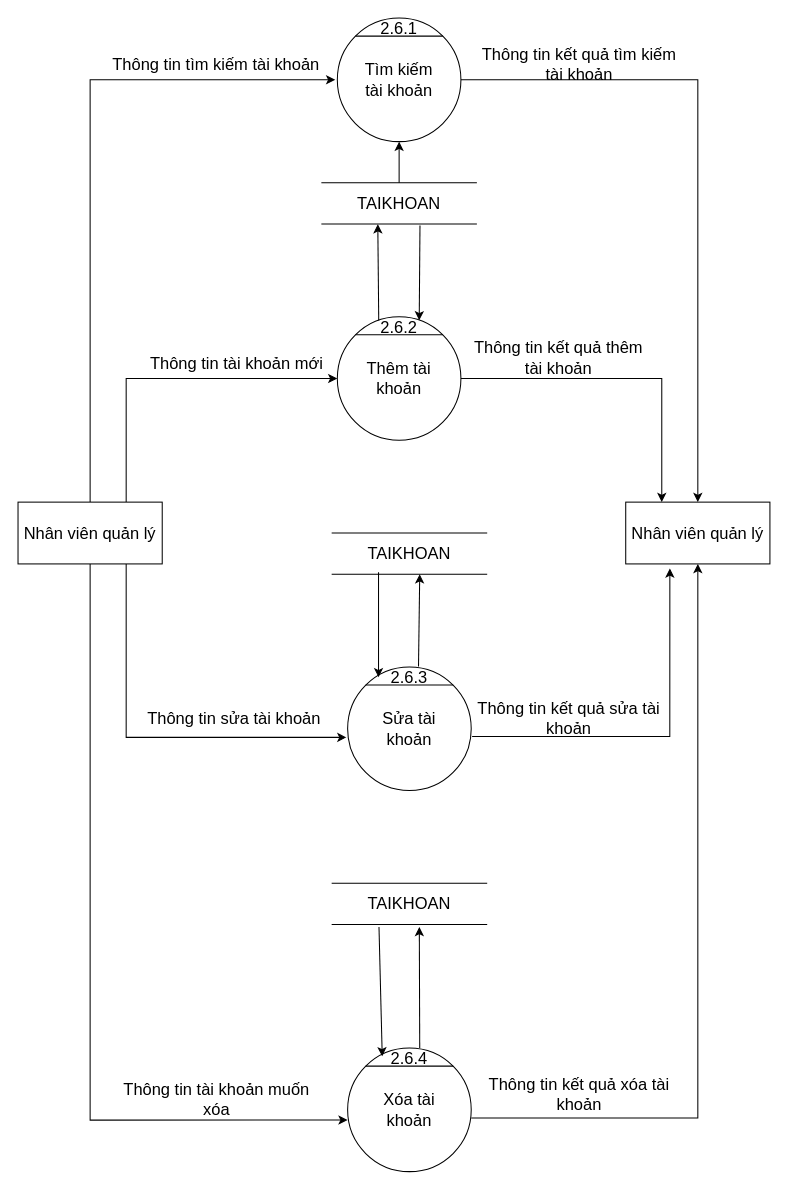
hungtadasuke/CoffeShop_SoftwareTechnology keeps this draw.io diagram as BFD&DFD/DFD_2_Account.drawio. Above is the earlier version. Source tidied: cells renumbered, new cells numbered last; positions are measured from the earlier drawing's top-left corner, leaving out a move shared by most shapes. Both pictures are drawn from the tidied source at 103%, with x=0, y=0 at pixel (18, 18).
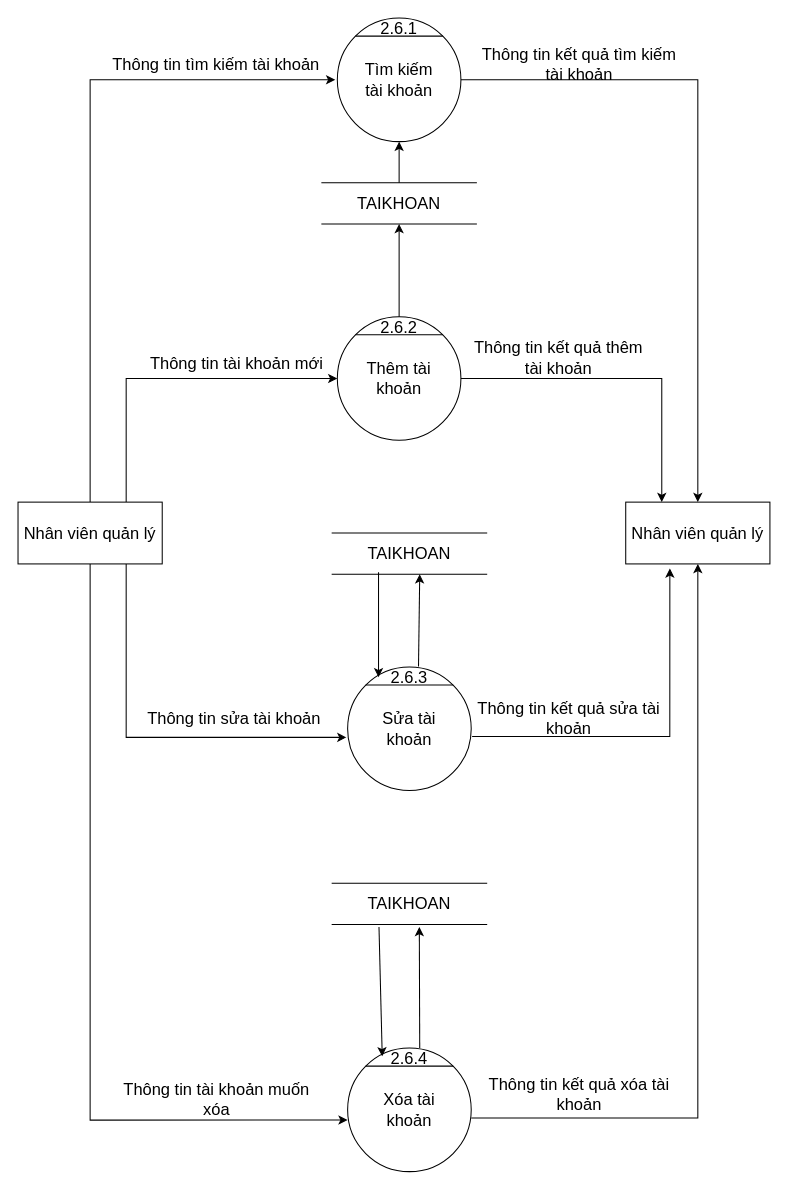
The same diagram, later.

Unchanged cells that the change refers to:
```xml
<mxCell id="14" value="&lt;font style=&quot;font-size: 16px&quot;&gt;2.6.2&lt;/font&gt;" style="text;html=1;strokeColor=none;fillColor=none;align=center;verticalAlign=middle;whiteSpace=wrap;rounded=0;" parent="1" vertex="1">
  <mxGeometry x="350" y="290" width="40" height="20" as="geometry" />
</mxCell>
<mxCell id="20" value="TAIKHOAN" style="shape=partialRectangle;whiteSpace=wrap;html=1;left=0;right=0;fillColor=none;fontSize=16;" parent="1" vertex="1">
  <mxGeometry x="295" y="160" width="150" height="40" as="geometry" />
</mxCell>
```

The edit, as a diff of the source:
```diff
@@
-    <mxCell id="25" style="endArrow=classic;html=1;rounded=0;fontSize=16;exitX=0.005;exitY=0.185;exitDx=0;exitDy=0;exitPerimeter=0;entryX=0.362;entryY=1.004;entryDx=0;entryDy=0;entryPerimeter=0;" parent="1" edge="1" source="14" target="20">
+    <mxCell id="25" style="endArrow=classic;html=1;rounded=0;fontSize=16;exitX=0.5;exitY=0;exitDx=0;exitDy=0;entryX=0.5;entryY=1;entryDx=0;entryDy=0;" parent="1" edge="1" source="14" target="20">
       <mxGeometry relative="1" as="geometry" />
     </mxCell>
-    <mxCell id="26" style="endArrow=classic;html=1;rounded=0;fontSize=16;exitX=0.635;exitY=1.037;exitDx=0;exitDy=0;exitPerimeter=0;entryX=0.988;entryY=0.176;entryDx=0;entryDy=0;entryPerimeter=0;" parent="1" edge="1" source="20" target="14">
-      <mxGeometry relative="1" as="geometry" />
-    </mxCell>
```
